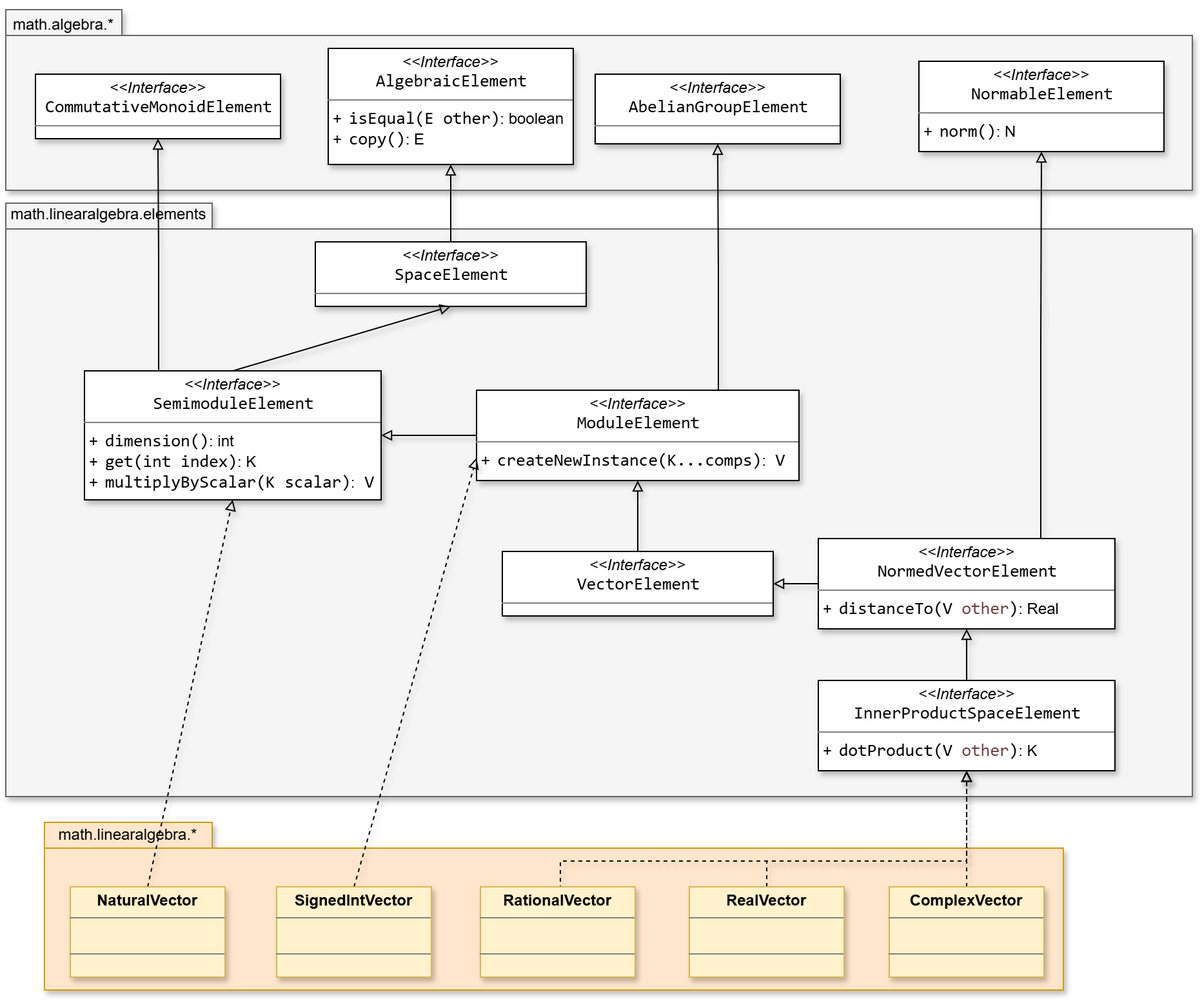
Before: resources/SMFN-linearalgebra-vector-elements.drawio.png, a diagram exported from draw.io (gom9000/SMFN). Source tidied: cells renumbered, new cells last; positions are measured from the earlier drawing's top-left corner, leaving out a move shared by most shapes.
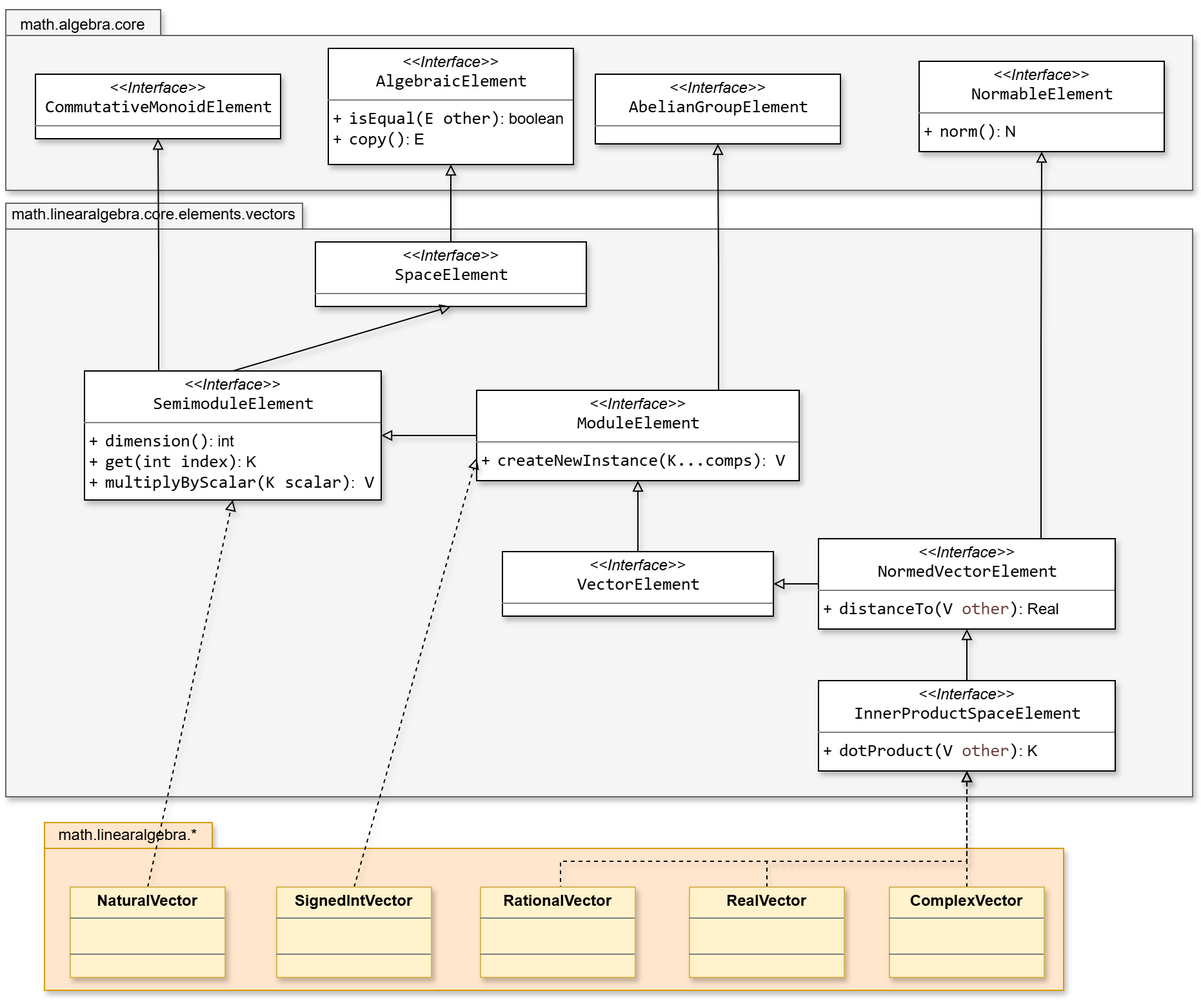
The same file after the commit.

Change to the diagram source:
```diff
@@ -2,10 +2,10 @@
   <root>
     <mxCell id="0" />
     <mxCell id="1" parent="0" />
-    <mxCell id="2" style="shape=folder;fontStyle=1;spacingTop=10;tabWidth=160;tabHeight=20;tabPosition=left;html=1;whiteSpace=wrap;fillColor=#f5f5f5;fontColor=#333333;strokeColor=#666666;shadow=1;" parent="1" vertex="1">
+    <mxCell id="2" style="shape=folder;fontStyle=1;spacingTop=10;tabWidth=230;tabHeight=20;tabPosition=left;html=1;whiteSpace=wrap;fillColor=#f5f5f5;fontColor=#333333;strokeColor=#666666;shadow=1;" parent="1" vertex="1">
       <mxGeometry y="153" width="920" height="460" as="geometry" />
     </mxCell>
-    <mxCell id="3" style="shape=folder;fontStyle=1;spacingTop=10;tabWidth=90;tabHeight=20;tabPosition=left;html=1;whiteSpace=wrap;fillColor=#f5f5f5;fontColor=#333333;strokeColor=#666666;shadow=1;" parent="1" vertex="1">
+    <mxCell id="3" style="shape=folder;fontStyle=1;spacingTop=10;tabWidth=120;tabHeight=20;tabPosition=left;html=1;whiteSpace=wrap;fillColor=#f5f5f5;fontColor=#333333;strokeColor=#666666;shadow=1;" parent="1" vertex="1">
       <mxGeometry y="3" width="920" height="140" as="geometry" />
     </mxCell>
     <mxCell id="4" style="shape=folder;fontStyle=1;spacingTop=10;tabWidth=130;tabHeight=20;tabPosition=left;html=1;whiteSpace=wrap;fillColor=#ffe6cc;strokeColor=#d79b00;shadow=1;" parent="1" vertex="1">
@@ -111,11 +111,11 @@
     <mxCell id="34" value="math.linearalgebra.*" style="text;html=1;whiteSpace=wrap;strokeColor=none;fillColor=none;align=center;verticalAlign=middle;rounded=0;shadow=1;" parent="1" vertex="1">
       <mxGeometry x="40" y="628" width="110" height="30" as="geometry" />
     </mxCell>
-    <mxCell id="35" value="math.algebra.*" style="text;html=1;whiteSpace=wrap;strokeColor=none;fillColor=none;align=center;verticalAlign=middle;rounded=0;shadow=1;" parent="1" vertex="1">
-      <mxGeometry width="90" height="30" as="geometry" />
+    <mxCell id="35" value="math.algebra.core" style="text;html=1;whiteSpace=wrap;strokeColor=none;fillColor=none;align=center;verticalAlign=middle;rounded=0;shadow=1;" parent="1" vertex="1">
+      <mxGeometry width="120" height="30" as="geometry" />
     </mxCell>
-    <mxCell id="36" value="math.linearalgebra.elements" style="text;html=1;whiteSpace=wrap;strokeColor=none;fillColor=none;align=center;verticalAlign=middle;rounded=0;shadow=1;" parent="1" vertex="1">
-      <mxGeometry y="147" width="160" height="30" as="geometry" />
+    <mxCell id="36" value="math.linearalgebra.core.elements.vectors" style="text;html=1;whiteSpace=wrap;strokeColor=none;fillColor=none;align=center;verticalAlign=middle;rounded=0;shadow=1;" parent="1" vertex="1">
+      <mxGeometry y="147" width="230" height="30" as="geometry" />
     </mxCell>
   </root>
 </mxGraphModel>
```
